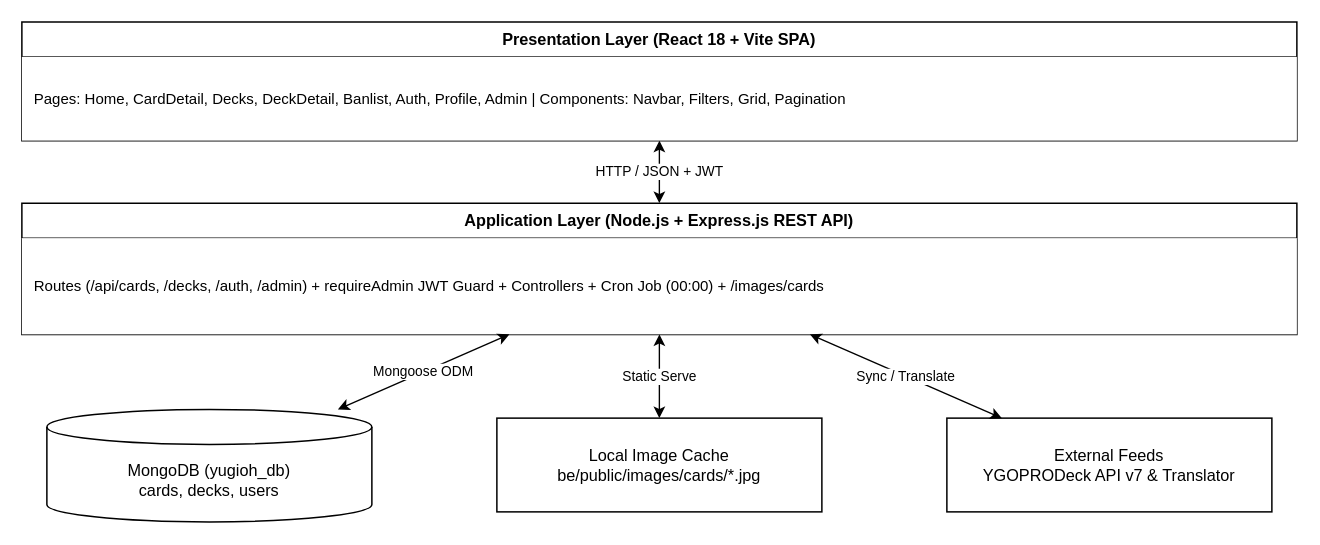
Before: page "1.1 Software Architecture (3-Tier MERN Stack)" (1 of 3) of Tai lieu/Draw.io/SDS_1_High_Level_Design.drawio in minhthanh1806/PROJECT_SDN, a draw.io diagram. Source tidied: cells renumbered, new cells numbered last; positions are measured from the earlier drawing's top-left corner, leaving out a move shared by most shapes. Both pictures are drawn from the tidied source at 125%, with x=0, y=0 at pixel (21, 21).
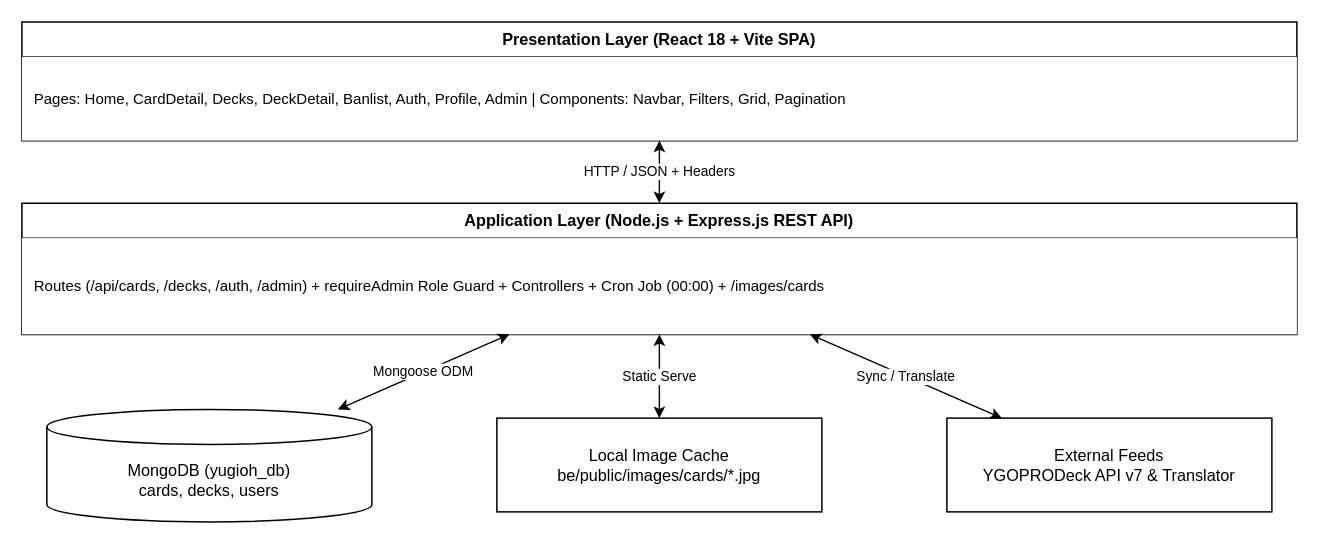
Above is the later version.

Change to the diagram source:
```diff
@@
 <mxGraphModel>
   <root>
     <mxCell id="0" />
     <mxCell id="1" parent="0" />
     <mxCell id="2" value="Presentation Layer (React 18 + Vite SPA)" style="swimlane;fontStyle=1;align=center;verticalAlign=top;horizontal=1;startSize=28;whiteSpace=wrap;html=1;fillColor=#ffffff;strokeColor=#000000;fontColor=#000000;fontSize=13;strokeWidth=1.2;" parent="1" vertex="1">
       <mxGeometry width="1020" height="95" as="geometry" />
     </mxCell>
     <mxCell id="3" value="Pages: Home, CardDetail, Decks, DeckDetail, Banlist, Auth, Profile, Admin | Components: Navbar, Filters, Grid, Pagination" style="text;strokeColor=none;fillColor=#ffffff;align=left;verticalAlign=middle;spacingLeft=8;whiteSpace=wrap;html=1;fontSize=12;fontColor=#000000;" parent="2" vertex="1">
       <mxGeometry y="28" width="1020" height="67" as="geometry" />
     </mxCell>
     <mxCell id="4" value="Application Layer (Node.js + Express.js REST API)" style="swimlane;fontStyle=1;align=center;verticalAlign=top;horizontal=1;startSize=28;whiteSpace=wrap;html=1;fillColor=#ffffff;strokeColor=#000000;fontColor=#000000;fontSize=13;strokeWidth=1.2;" parent="1" vertex="1">
       <mxGeometry y="145" width="1020" height="105" as="geometry" />
     </mxCell>
-    <mxCell id="5" value="Routes (/api/cards, /decks, /auth, /admin) + requireAdmin JWT Guard + Controllers + Cron Job (00:00) + /images/cards" style="text;strokeColor=none;fillColor=#ffffff;align=left;verticalAlign=middle;spacingLeft=8;whiteSpace=wrap;html=1;fontSize=12;fontColor=#000000;" parent="4" vertex="1">
+    <mxCell id="5" value="Routes (/api/cards, /decks, /auth, /admin) + requireAdmin Role Guard + Controllers + Cron Job (00:00) + /images/cards" style="text;strokeColor=none;fillColor=#ffffff;align=left;verticalAlign=middle;spacingLeft=8;whiteSpace=wrap;html=1;fontSize=12;fontColor=#000000;" parent="4" vertex="1">
       <mxGeometry y="28" width="1020" height="77" as="geometry" />
     </mxCell>
     <mxCell id="6" value="MongoDB (yugioh_db)&lt;br&gt;cards, decks, users" style="shape=cylinder3;whiteSpace=wrap;html=1;boundedLbl=1;backgroundOutline=1;size=14;fillColor=#ffffff;strokeColor=#000000;fontColor=#000000;fontSize=13;strokeWidth=1.2;" parent="1" vertex="1">
       <mxGeometry x="20" y="310" width="260" height="90" as="geometry" />
     </mxCell>
     <mxCell id="7" value="Local Image Cache&lt;br&gt;be/public/images/cards/*.jpg" style="rounded=0;whiteSpace=wrap;html=1;fillColor=#ffffff;strokeColor=#000000;fontColor=#000000;fontSize=13;align=center;verticalAlign=middle;strokeWidth=1.2;" parent="1" vertex="1">
       <mxGeometry x="380" y="317" width="260" height="75" as="geometry" />
     </mxCell>
     <mxCell id="8" value="External Feeds&lt;br&gt;YGOPRODeck API v7 &amp; Translator" style="rounded=0;whiteSpace=wrap;html=1;fillColor=#ffffff;strokeColor=#000000;fontColor=#000000;fontSize=13;align=center;verticalAlign=middle;strokeWidth=1.2;" parent="1" vertex="1">
       <mxGeometry x="740" y="317" width="260" height="75" as="geometry" />
     </mxCell>
-    <mxCell id="9" value="HTTP / JSON + JWT" style="rounded=0;html=1;endArrow=classic;endFill=1;startArrow=classic;startFill=1;strokeColor=#000000;fontColor=#000000;fontSize=11;labelBackgroundColor=#ffffff;strokeWidth=1.1;" parent="1" edge="1" source="2" target="4">
+    <mxCell id="9" value="HTTP / JSON + Headers" style="rounded=0;html=1;endArrow=classic;endFill=1;startArrow=classic;startFill=1;strokeColor=#000000;fontColor=#000000;fontSize=11;labelBackgroundColor=#ffffff;strokeWidth=1.1;" parent="1" edge="1" source="2" target="4">
       <mxGeometry relative="1" as="geometry" />
     </mxCell>
     <mxCell id="10" value="Mongoose ODM" style="rounded=0;html=1;endArrow=classic;endFill=1;startArrow=classic;startFill=1;strokeColor=#000000;fontColor=#000000;fontSize=11;labelBackgroundColor=#ffffff;strokeWidth=1.1;" parent="1" edge="1" source="4" target="6">
       <mxGeometry relative="1" as="geometry" />
     </mxCell>
     <mxCell id="11" value="Static Serve" style="rounded=0;html=1;endArrow=classic;endFill=1;startArrow=classic;startFill=1;strokeColor=#000000;fontColor=#000000;fontSize=11;labelBackgroundColor=#ffffff;strokeWidth=1.1;" parent="1" edge="1" source="4" target="7">
       <mxGeometry relative="1" as="geometry" />
     </mxCell>
     <mxCell id="12" value="Sync / Translate" style="rounded=0;html=1;endArrow=classic;endFill=1;startArrow=classic;startFill=1;strokeColor=#000000;fontColor=#000000;fontSize=11;labelBackgroundColor=#ffffff;strokeWidth=1.1;" parent="1" edge="1" source="4" target="8">
       <mxGeometry relative="1" as="geometry" />
     </mxCell>
   </root>
 </mxGraphModel>
```
